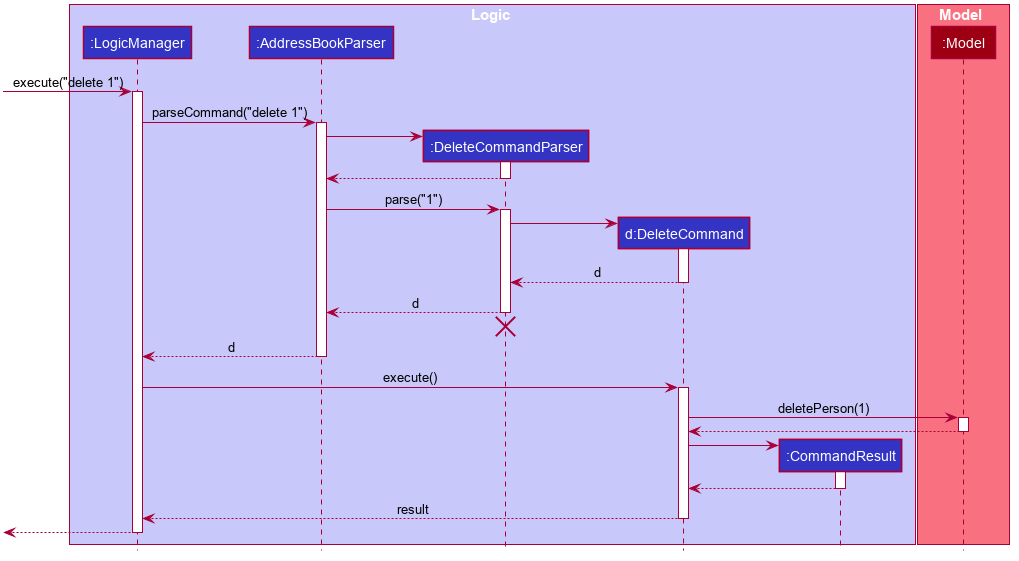
Earlier version of the PlantUML export docs/images/DeleteSequenceDiagram.png (nus-cs2103-AY2223S1/tp).
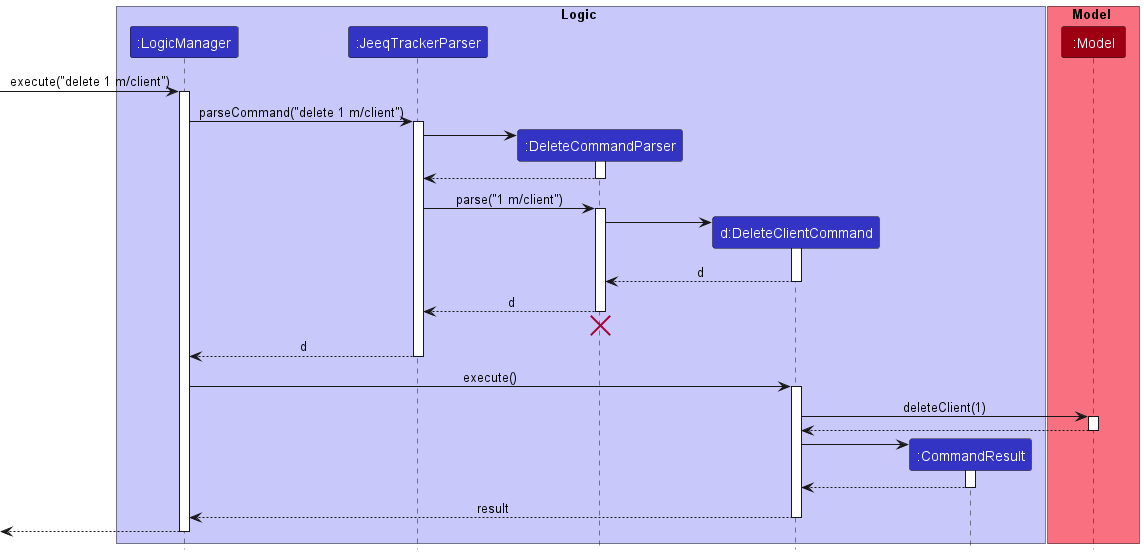
Later version of the same file.

Change to the diagram source:
```diff
@@ -1,79 +1,32 @@
 @startuml
+!include style.puml
 
-
-
-
-
-
-
-
-skinparam BackgroundColor #FFFFFFF
-
-skinparam Shadowing false
-
-skinparam Class {
-    FontColor #FFFFFF
-    BorderThickness 1
-    BorderColor #FFFFFF
-    StereotypeFontColor #FFFFFF
-    FontName Arial
-}
-
-skinparam Actor {
-    BorderColor #000000
-    Color #000000
-    FontName Arial
-}
-
-skinparam Sequence {
-    MessageAlign center
-    BoxFontSize 15
-    BoxPadding 0
-    BoxFontColor #FFFFFF
-    FontName Arial
-}
-
-skinparam Participant {
-    FontColor #FFFFFFF
-    Padding 20
-}
-
-skinparam MinClassWidth 50
-skinparam ParticipantPadding 10
-skinparam Shadowing false
-skinparam DefaultTextAlignment center
-skinparam packageStyle Rectangle
-
-hide footbox
-hide members
-hide circle
-
-box Logic #C8C8FA
-participant ":LogicManager" as LogicManager #3333C4
-participant ":AddressBookParser" as AddressBookParser #3333C4
-participant ":DeleteCommandParser" as DeleteCommandParser #3333C4
-participant "d:DeleteCommand" as DeleteCommand #3333C4
-participant ":CommandResult" as CommandResult #3333C4
+box Logic LOGIC_COLOR_T1
+participant ":LogicManager" as LogicManager LOGIC_COLOR
+participant ":JeeqTrackerParser" as JeeqTrackerParser LOGIC_COLOR
+participant ":DeleteCommandParser" as DeleteCommandParser LOGIC_COLOR
+participant "d:DeleteClientCommand" as DeleteCommand LOGIC_COLOR
+participant ":CommandResult" as CommandResult LOGIC_COLOR
 end box
 
-box Model #F97181
-participant ":Model" as Model #9D0012
+box Model MODEL_COLOR_T1
+participant ":Model" as Model MODEL_COLOR
 end box
 
-[-> LogicManager : execute("delete 1")
+[-> LogicManager : execute("delete 1 m/client")
 activate LogicManager
 
-LogicManager -> AddressBookParser : parseCommand("delete 1")
-activate AddressBookParser
+LogicManager -> JeeqTrackerParser : parseCommand("delete 1 m/client")
+activate JeeqTrackerParser
 
 create DeleteCommandParser
-AddressBookParser -> DeleteCommandParser
+JeeqTrackerParser -> DeleteCommandParser
 activate DeleteCommandParser
 
-DeleteCommandParser --> AddressBookParser
+DeleteCommandParser --> JeeqTrackerParser
 deactivate DeleteCommandParser
 
-AddressBookParser -> DeleteCommandParser : parse("1")
+JeeqTrackerParser -> DeleteCommandParser : parse("1 m/client")
 activate DeleteCommandParser
 
 create DeleteCommand
@@ -83,18 +36,18 @@
 DeleteCommand --> DeleteCommandParser : d
 deactivate DeleteCommand
 
-DeleteCommandParser --> AddressBookParser : d
+DeleteCommandParser --> JeeqTrackerParser : d
 deactivate DeleteCommandParser
-DeleteCommandParser -[hidden]-> AddressBookParser
+DeleteCommandParser -[hidden]-> JeeqTrackerParser
 destroy DeleteCommandParser
 
-AddressBookParser --> LogicManager : d
-deactivate AddressBookParser
+JeeqTrackerParser --> LogicManager : d
+deactivate JeeqTrackerParser
 
 LogicManager -> DeleteCommand : execute()
 activate DeleteCommand
 
-DeleteCommand -> Model : deletePerson(1)
+DeleteCommand -> Model : deleteClient(1)
 activate Model
 
 Model --> DeleteCommand
```
